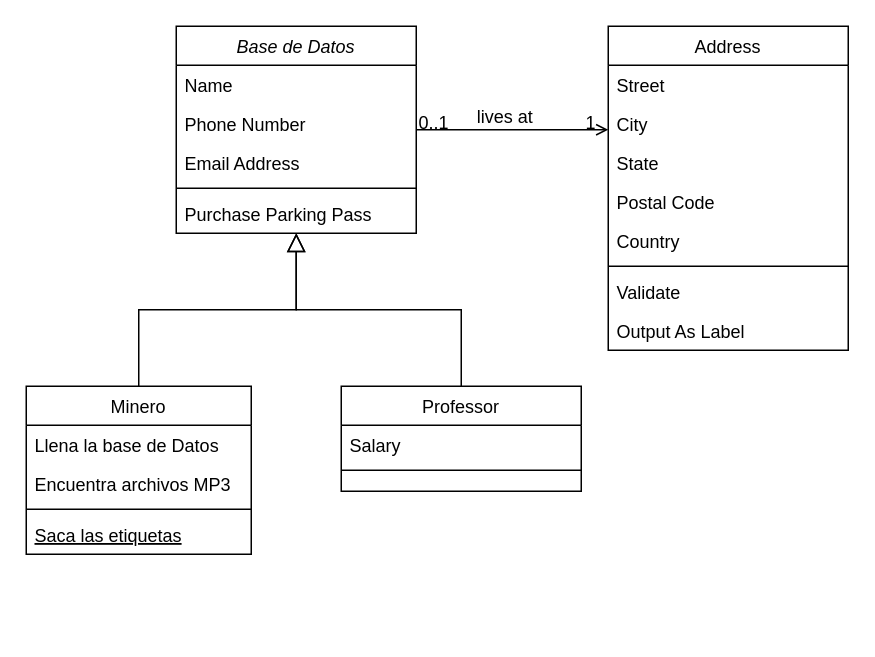
Earlier version of the draw.io diagram Untitled Diagram.drawio (CervantesSanti2005/Proyecto2). Source tidied: cells renumbered, new cells numbered last; positions are measured from the earlier drawing's top-left corner, leaving out a move shared by most shapes. Both pictures are drawn from the tidied source at 150%, with x=0, y=0 at pixel (26, 26).
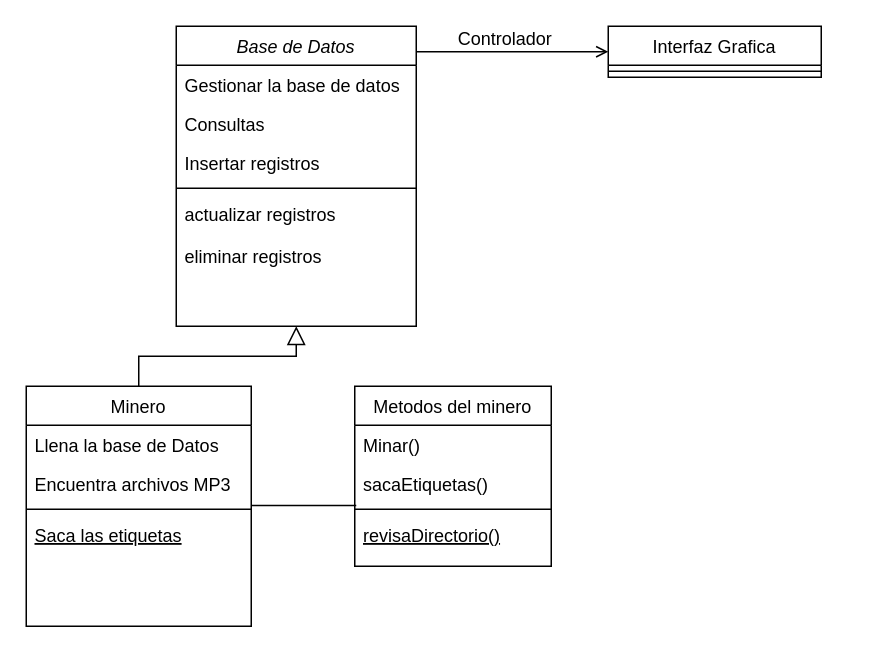
Above is the later version.

Unchanged cells that the change refers to:
```xml
<mxCell id="27" style="endArrow=open;shadow=0;strokeWidth=1;rounded=0;curved=0;endFill=1;edgeStyle=elbowEdgeStyle;elbow=vertical;" parent="1" edge="1" source="2" target="18">
  <mxGeometry x="0.5" y="41" relative="1" as="geometry">
    <mxPoint x="-40" y="32" as="offset" />
  </mxGeometry>
</mxCell>
```

Change to the diagram source:
```diff
@@
     <mxCell id="2" value="Base de Datos" style="swimlane;fontStyle=2;align=center;verticalAlign=top;horizontal=1;startSize=26;rounded=0;shadow=0;strokeWidth=1;" parent="1" vertex="1">
-      <mxGeometry x="100" width="160" height="138" as="geometry" />
+      <mxGeometry x="100" width="160" height="200" as="geometry" />
     </mxCell>
-    <mxCell id="3" value="Name" style="text;align=left;verticalAlign=top;spacingLeft=4;spacingRight=4;overflow=hidden;" parent="2" vertex="1">
+    <mxCell id="3" value="Gestionar la base de datos" style="text;align=left;verticalAlign=top;spacingLeft=4;spacingRight=4;overflow=hidden;" parent="2" vertex="1">
       <mxGeometry y="26" width="160" height="26" as="geometry" />
     </mxCell>
-    <mxCell id="4" value="Phone Number" style="text;align=left;verticalAlign=top;spacingLeft=4;spacingRight=4;overflow=hidden;rounded=0;shadow=0;html=0;" parent="2" vertex="1">
+    <mxCell id="4" value="Consultas" style="text;align=left;verticalAlign=top;spacingLeft=4;spacingRight=4;overflow=hidden;rounded=0;shadow=0;html=0;" parent="2" vertex="1">
       <mxGeometry y="52" width="160" height="26" as="geometry" />
     </mxCell>
-    <mxCell id="5" value="Email Address" style="text;align=left;verticalAlign=top;spacingLeft=4;spacingRight=4;overflow=hidden;rounded=0;shadow=0;html=0;" parent="2" vertex="1">
+    <mxCell id="5" value="Insertar registros" style="text;align=left;verticalAlign=top;spacingLeft=4;spacingRight=4;overflow=hidden;rounded=0;shadow=0;html=0;" parent="2" vertex="1">
       <mxGeometry y="78" width="160" height="26" as="geometry" />
     </mxCell>
@@
-    <mxCell id="7" value="Purchase Parking Pass" style="text;align=left;verticalAlign=top;spacingLeft=4;spacingRight=4;overflow=hidden;" parent="2" vertex="1">
-      <mxGeometry y="112" width="160" height="26" as="geometry" />
+    <mxCell id="7" value="actualizar registros&#10;&#10;eliminar registros" style="text;align=left;verticalAlign=top;spacingLeft=4;spacingRight=4;overflow=hidden;" parent="2" vertex="1">
+      <mxGeometry y="112" width="160" height="88" as="geometry" />
     </mxCell>
     <mxCell id="8" value="Minero" style="swimlane;fontStyle=0;align=center;verticalAlign=top;horizontal=1;startSize=26;rounded=0;shadow=0;strokeWidth=1;" parent="1" vertex="1">
-      <mxGeometry y="240" width="150" height="112" as="geometry" />
+      <mxGeometry y="240" width="150" height="160" as="geometry" />
     </mxCell>
@@
-    <mxCell id="12" value="Saca las etiquetas" style="text;align=left;verticalAlign=top;spacingLeft=4;spacingRight=4;overflow=hidden;fontStyle=4;" parent="8" vertex="1">
-      <mxGeometry y="86" width="150" height="26" as="geometry" />
+    <mxCell id="12" value="Saca las etiquetas&#10;&#10;" style="text;align=left;verticalAlign=top;spacingLeft=4;spacingRight=4;overflow=hidden;fontStyle=4;" parent="8" vertex="1">
+      <mxGeometry y="86" width="150" height="74" as="geometry" />
     </mxCell>
@@
-    <mxCell id="14" value="Professor" style="swimlane;fontStyle=0;align=center;verticalAlign=top;horizontal=1;startSize=26;rounded=0;shadow=0;strokeWidth=1;" parent="1" vertex="1">
-      <mxGeometry x="210" y="240" width="160" height="70" as="geometry" />
-    </mxCell>
-    <mxCell id="15" value="Salary" style="text;align=left;verticalAlign=top;spacingLeft=4;spacingRight=4;overflow=hidden;" parent="14" vertex="1">
-      <mxGeometry y="26" width="160" height="26" as="geometry" />
-    </mxCell>
-    <mxCell id="16" style="line;html=1;strokeWidth=1;align=left;verticalAlign=middle;spacingTop=-1;spacingLeft=3;spacingRight=3;labelPosition=right;" parent="14" vertex="1">
-      <mxGeometry y="52" width="160" height="8" as="geometry" />
-    </mxCell>
-    <mxCell id="17" style="endArrow=block;endSize=10;endFill=0;shadow=0;strokeWidth=1;rounded=0;curved=0;edgeStyle=elbowEdgeStyle;elbow=vertical;" parent="1" edge="1" source="14" target="2">
-      <mxGeometry relative="1" as="geometry" />
-    </mxCell>
-    <mxCell id="18" value="Address" style="swimlane;fontStyle=0;align=center;verticalAlign=top;horizontal=1;startSize=26;rounded=0;shadow=0;strokeWidth=1;" parent="1" vertex="1">
-      <mxGeometry x="388" width="160" height="216" as="geometry" />
+    <mxCell id="18" value="Interfaz Grafica" style="swimlane;fontStyle=0;align=center;verticalAlign=top;horizontal=1;startSize=26;rounded=0;shadow=0;strokeWidth=1;" parent="1" vertex="1">
+      <mxGeometry x="388" width="142" height="34" as="geometry" />
     </mxCell>
-    <mxCell id="19" value="Street" style="text;align=left;verticalAlign=top;spacingLeft=4;spacingRight=4;overflow=hidden;" parent="18" vertex="1">
-      <mxGeometry y="26" width="160" height="26" as="geometry" />
-    </mxCell>
-    <mxCell id="20" value="City" style="text;align=left;verticalAlign=top;spacingLeft=4;spacingRight=4;overflow=hidden;rounded=0;shadow=0;html=0;" parent="18" vertex="1">
-      <mxGeometry y="52" width="160" height="26" as="geometry" />
-    </mxCell>
-    <mxCell id="21" value="State" style="text;align=left;verticalAlign=top;spacingLeft=4;spacingRight=4;overflow=hidden;rounded=0;shadow=0;html=0;" parent="18" vertex="1">
-      <mxGeometry y="78" width="160" height="26" as="geometry" />
-    </mxCell>
-    <mxCell id="22" value="Postal Code" style="text;align=left;verticalAlign=top;spacingLeft=4;spacingRight=4;overflow=hidden;rounded=0;shadow=0;html=0;" parent="18" vertex="1">
-      <mxGeometry y="104" width="160" height="26" as="geometry" />
-    </mxCell>
-    <mxCell id="23" value="Country" style="text;align=left;verticalAlign=top;spacingLeft=4;spacingRight=4;overflow=hidden;rounded=0;shadow=0;html=0;" parent="18" vertex="1">
-      <mxGeometry y="130" width="160" height="26" as="geometry" />
-    </mxCell>
     <mxCell id="24" style="line;html=1;strokeWidth=1;align=left;verticalAlign=middle;spacingTop=-1;spacingLeft=3;spacingRight=3;labelPosition=right;" parent="18" vertex="1">
-      <mxGeometry y="156" width="160" height="8" as="geometry" />
+      <mxGeometry y="26" width="142" height="8" as="geometry" />
     </mxCell>
-    <mxCell id="25" value="Validate" style="text;align=left;verticalAlign=top;spacingLeft=4;spacingRight=4;overflow=hidden;" parent="18" vertex="1">
-      <mxGeometry y="164" width="160" height="26" as="geometry" />
-    </mxCell>
-    <mxCell id="26" value="Output As Label" style="text;align=left;verticalAlign=top;spacingLeft=4;spacingRight=4;overflow=hidden;" parent="18" vertex="1">
-      <mxGeometry y="190" width="160" height="26" as="geometry" />
-    </mxCell>
@@
-    <mxCell id="28" value="0..1" style="align=left;verticalAlign=bottom;labelBackgroundColor=none;fontSize=12;" parent="27" vertex="1">
-      <mxGeometry x="-1" relative="1" as="geometry">
-        <mxPoint y="4" as="offset" />
-      </mxGeometry>
-    </mxCell>
-    <mxCell id="29" value="1" style="align=right;verticalAlign=bottom;labelBackgroundColor=none;fontSize=12;" parent="27" vertex="1">
-      <mxGeometry x="1" relative="1" as="geometry">
-        <mxPoint x="-7" y="4" as="offset" />
-      </mxGeometry>
-    </mxCell>
-    <mxCell id="30" value="lives at" style="text;html=1;align=center;verticalAlign=middle;labelBackgroundColor=none;rounded=0;shadow=0;strokeWidth=1;fontSize=12;" parent="27" vertex="1">
+    <mxCell id="30" value="Controlador" style="text;html=1;align=center;verticalAlign=middle;labelBackgroundColor=none;rounded=0;shadow=0;strokeWidth=1;fontSize=12;" parent="27" vertex="1">
       <mxGeometry x="0.5" y="49" relative="1" as="geometry">
         <mxPoint x="-38" y="40" as="offset" />
       </mxGeometry>
     </mxCell>
+    <mxCell id="31" style="endArrow=none;html=1;rounded=0;" parent="1" edge="1">
+      <mxGeometry relative="1" as="geometry">
+        <mxPoint x="150" y="319.5" as="sourcePoint" />
+        <mxPoint x="220" y="319.5" as="targetPoint" />
+      </mxGeometry>
+    </mxCell>
+    <mxCell id="32" value="Metodos del minero" style="swimlane;fontStyle=0;align=center;verticalAlign=top;horizontal=1;startSize=26;rounded=0;shadow=0;strokeWidth=1;" parent="1" vertex="1">
+      <mxGeometry x="219" y="240" width="131" height="120" as="geometry" />
+    </mxCell>
+    <mxCell id="33" value="Minar()" style="text;align=left;verticalAlign=top;spacingLeft=4;spacingRight=4;overflow=hidden;" parent="32" vertex="1">
+      <mxGeometry y="26" width="131" height="26" as="geometry" />
+    </mxCell>
+    <mxCell id="34" value="sacaEtiquetas()" style="text;align=left;verticalAlign=top;spacingLeft=4;spacingRight=4;overflow=hidden;rounded=0;shadow=0;html=0;" parent="32" vertex="1">
+      <mxGeometry y="52" width="131" height="26" as="geometry" />
+    </mxCell>
+    <mxCell id="35" style="line;html=1;strokeWidth=1;align=left;verticalAlign=middle;spacingTop=-1;spacingLeft=3;spacingRight=3;labelPosition=right;" parent="32" vertex="1">
+      <mxGeometry y="78" width="131" height="8" as="geometry" />
+    </mxCell>
+    <mxCell id="36" value="revisaDirectorio()&#10;" style="text;align=left;verticalAlign=top;spacingLeft=4;spacingRight=4;overflow=hidden;fontStyle=4;" parent="32" vertex="1">
+      <mxGeometry y="86" width="131" height="34" as="geometry" />
+    </mxCell>
```
